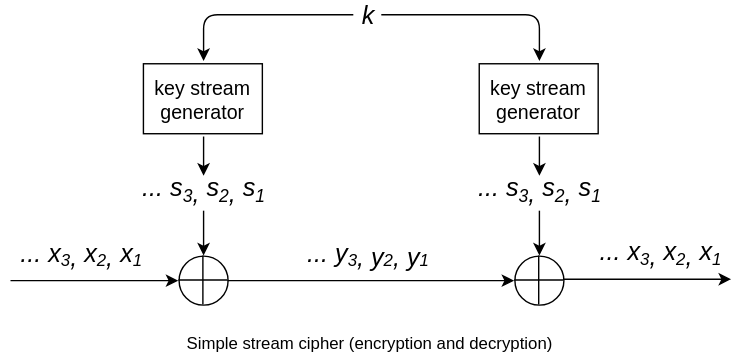
jinjagit/Cryptography keeps this draw.io diagram as diagrams/streamBasic.svg. Above is the earlier version. Source tidied: cells renumbered, new cells last; positions are measured from the earlier drawing's top-left corner, leaving out a move shared by most shapes.
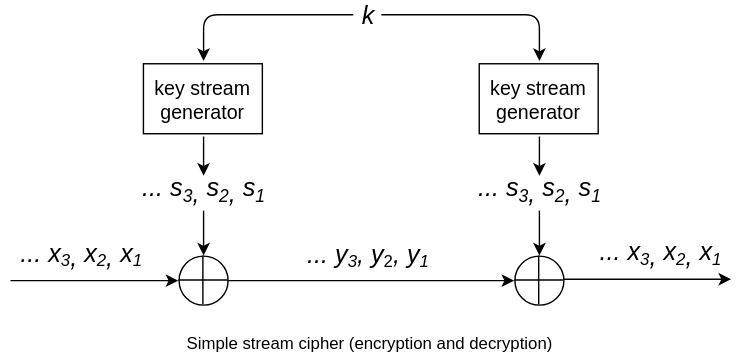
After the change.

Change to the diagram source:
```diff
@@ -39,7 +39,7 @@
     <mxCell id="11" style="endArrow=classic;html=1;exitX=0.5;exitY=1;entryX=0.5;entryY=0;" parent="1" edge="1" source="6" target="7">
       <mxGeometry relative="1" as="geometry" />
     </mxCell>
-    <mxCell id="12" value="&lt;font&gt;&lt;i&gt;&lt;span style=&quot;font-size: 18px&quot;&gt;... y&lt;/span&gt;&lt;sub&gt;&lt;font style=&quot;font-size: 12px&quot;&gt;3&lt;/font&gt;&lt;span style=&quot;font-size: 18px&quot;&gt;, y&lt;/span&gt;&lt;/sub&gt;&lt;/i&gt;&lt;/font&gt;&lt;sub&gt;&lt;i&gt;&lt;font style=&quot;font-size: 12px&quot;&gt;2&lt;/font&gt;&lt;/i&gt;&lt;/sub&gt;&lt;font&gt;&lt;i&gt;&lt;sub style=&quot;font-size: 18px&quot;&gt;, y&lt;/sub&gt;&lt;/i&gt;&lt;/font&gt;&lt;sub&gt;&lt;i&gt;&lt;font style=&quot;font-size: 12px&quot;&gt;1&lt;/font&gt;&lt;/i&gt;&lt;/sub&gt;" style="text;html=1;strokeColor=none;fillColor=none;align=center;verticalAlign=middle;whiteSpace=wrap;rounded=0;" parent="1" vertex="1">
+    <mxCell id="12" value="&lt;font&gt;&lt;i&gt;&lt;span style=&quot;font-size: 18px&quot;&gt;... &lt;/span&gt;&lt;font&gt;&lt;span style=&quot;font-size: 18px&quot;&gt;y&lt;/span&gt;&lt;sub&gt;&lt;font style=&quot;font-size: 12px&quot;&gt;3&lt;/font&gt;&lt;/sub&gt;&lt;span style=&quot;font-size: 18px&quot;&gt;, y&lt;/span&gt;&lt;/font&gt;&lt;/i&gt;&lt;/font&gt;&lt;sub&gt;&lt;font style=&quot;font-size: 12px&quot;&gt;2&lt;/font&gt;&lt;/sub&gt;&lt;font&gt;&lt;i&gt;&lt;font&gt;&lt;span style=&quot;font-size: 18px&quot;&gt;, y&lt;/span&gt;&lt;sub&gt;&lt;font style=&quot;font-size: 12px&quot;&gt;1&lt;/font&gt;&lt;/sub&gt;&lt;/font&gt;&lt;/i&gt;&lt;/font&gt;" style="text;html=1;strokeColor=none;fillColor=none;align=center;verticalAlign=middle;whiteSpace=wrap;rounded=0;" parent="1" vertex="1">
       <mxGeometry x="205" y="172" width="100" height="20" as="geometry" />
     </mxCell>
     <mxCell id="13" style="shape=orEllipse;perimeter=ellipsePerimeter;whiteSpace=wrap;html=1;gradientColor=none;" parent="1" vertex="1">
```
